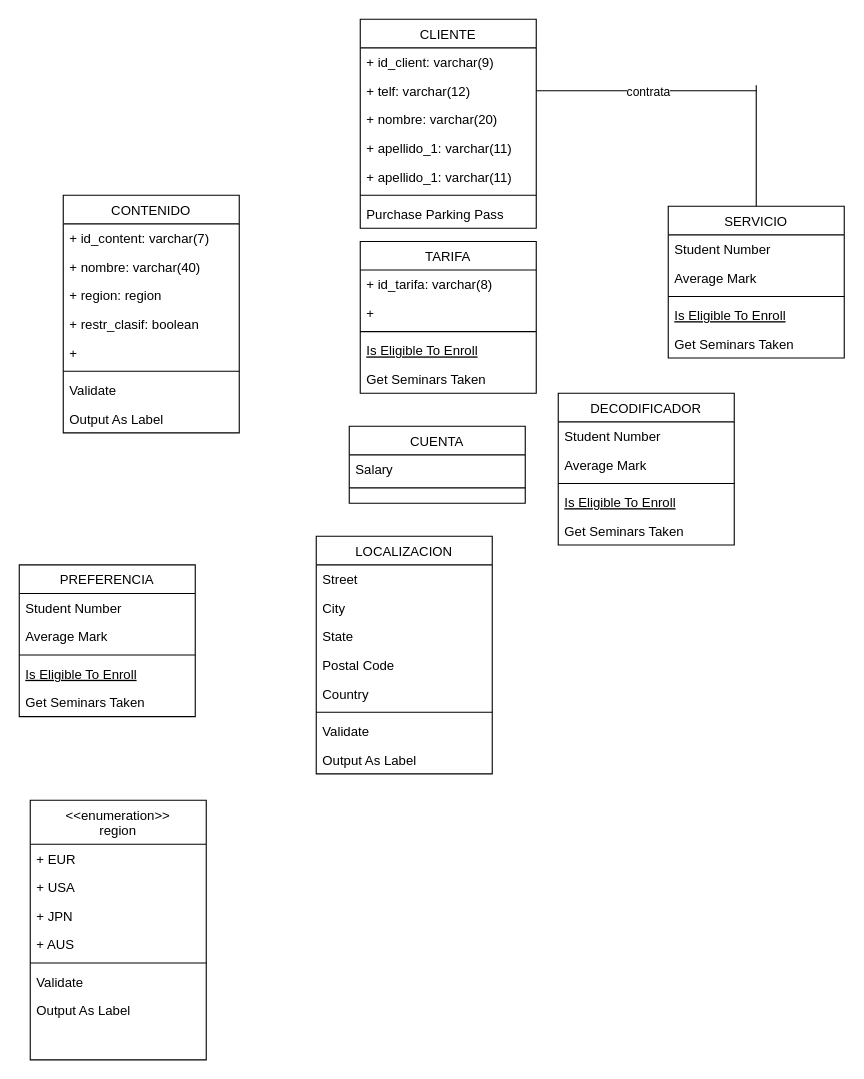
Earlier version of the draw.io diagram PROYECTO1.drawio (NyanCat6886/BasesDeDatosETSITGC). Source tidied: cells renumbered, new cells numbered last; positions are measured from the earlier drawing's top-left corner, leaving out a move shared by most shapes. Both pictures are drawn from the tidied source at 110%, with x=0, y=0 at pixel (19, 19).
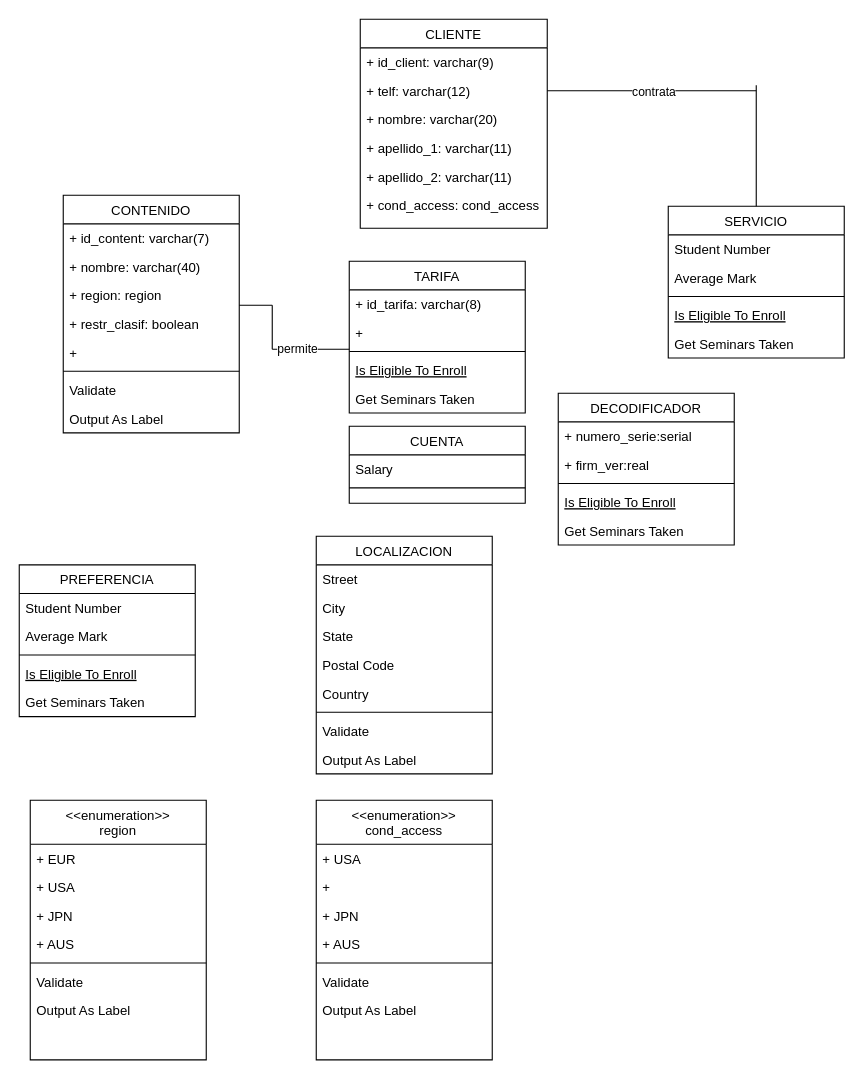
The same diagram, later.

Unchanged cells that the change refers to:
```xml
<mxCell id="28" value="DECODIFICADOR" style="swimlane;fontStyle=0;align=center;verticalAlign=top;horizontal=1;startSize=26;rounded=0;shadow=0;strokeWidth=1;" parent="1" vertex="1">
  <mxGeometry x="490" y="340" width="160" height="138" as="geometry" />
</mxCell>
```

What changed in the source:
```diff
@@
     <mxCell id="2" value="CLIENTE" style="swimlane;fontStyle=0;align=center;verticalAlign=top;horizontal=1;startSize=26;rounded=0;shadow=0;strokeWidth=1;" parent="1" vertex="1">
-      <mxGeometry x="310" width="160" height="190" as="geometry" />
+      <mxGeometry x="310" width="170" height="190" as="geometry" />
     </mxCell>
     <mxCell id="3" value="+ id_client: varchar(9)" style="text;align=left;verticalAlign=top;spacingLeft=4;spacingRight=4;overflow=hidden;" parent="2" vertex="1">
-      <mxGeometry y="26" width="160" height="26" as="geometry" />
+      <mxGeometry y="26" width="170" height="26" as="geometry" />
     </mxCell>
     <mxCell id="4" value="+ telf: varchar(12)" style="text;align=left;verticalAlign=top;spacingLeft=4;spacingRight=4;overflow=hidden;points=[[0,0.5],[1,0.5]];portConstraint=eastwest;rounded=0;shadow=0;html=0;" parent="2" vertex="1">
-      <mxGeometry y="52" width="160" height="26" as="geometry" />
+      <mxGeometry y="52" width="170" height="26" as="geometry" />
     </mxCell>
     <mxCell id="5" value="+ nombre: varchar(20)" style="text;align=left;verticalAlign=top;spacingLeft=4;spacingRight=4;overflow=hidden;rounded=0;shadow=0;html=0;" parent="2" vertex="1">
-      <mxGeometry y="78" width="160" height="26" as="geometry" />
+      <mxGeometry y="78" width="170" height="26" as="geometry" />
     </mxCell>
     <mxCell id="6" value="+ apellido_1: varchar(11)" style="text;align=left;verticalAlign=top;spacingLeft=4;spacingRight=4;overflow=hidden;rounded=0;shadow=0;html=0;" parent="2" vertex="1">
-      <mxGeometry y="104" width="160" height="26" as="geometry" />
+      <mxGeometry y="104" width="170" height="26" as="geometry" />
     </mxCell>
-    <mxCell id="7" value="+ apellido_1: varchar(11)" style="text;align=left;verticalAlign=top;spacingLeft=4;spacingRight=4;overflow=hidden;rounded=0;shadow=0;html=0;" parent="2" vertex="1">
-      <mxGeometry y="130" width="160" height="26" as="geometry" />
+    <mxCell id="7" value="+ apellido_2: varchar(11)" style="text;align=left;verticalAlign=top;spacingLeft=4;spacingRight=4;overflow=hidden;rounded=0;shadow=0;html=0;" parent="2" vertex="1">
+      <mxGeometry y="130" width="170" height="26" as="geometry" />
     </mxCell>
-    <mxCell id="8" style="line;html=1;strokeWidth=1;align=left;verticalAlign=middle;spacingTop=-1;spacingLeft=3;spacingRight=3;labelPosition=right;" parent="2" vertex="1">
-      <mxGeometry y="156" width="160" height="8" as="geometry" />
-    </mxCell>
-    <mxCell id="9" value="Purchase Parking Pass" style="text;align=left;verticalAlign=top;spacingLeft=4;spacingRight=4;overflow=hidden;" parent="2" vertex="1">
-      <mxGeometry y="164" width="160" height="26" as="geometry" />
-    </mxCell>
+    <mxCell id="66" value="+ cond_access: cond_access" style="text;align=left;verticalAlign=top;spacingLeft=4;spacingRight=4;overflow=hidden;rounded=0;shadow=0;html=0;" parent="2" vertex="1">
+      <mxGeometry y="156" width="170" height="26" as="geometry" />
+    </mxCell>
@@
-    <mxCell id="29" value="Student Number" style="text;align=left;verticalAlign=top;spacingLeft=4;spacingRight=4;overflow=hidden;" parent="28" vertex="1">
+    <mxCell id="29" value="+ numero_serie:serial" style="text;align=left;verticalAlign=top;spacingLeft=4;spacingRight=4;overflow=hidden;" parent="28" vertex="1">
       <mxGeometry y="26" width="160" height="26" as="geometry" />
     </mxCell>
-    <mxCell id="30" value="Average Mark" style="text;align=left;verticalAlign=top;spacingLeft=4;spacingRight=4;overflow=hidden;rounded=0;shadow=0;html=0;" parent="28" vertex="1">
+    <mxCell id="30" value="+ firm_ver:real" style="text;align=left;verticalAlign=top;spacingLeft=4;spacingRight=4;overflow=hidden;rounded=0;shadow=0;html=0;" parent="28" vertex="1">
       <mxGeometry y="52" width="160" height="26" as="geometry" />
     </mxCell>
@@
     <mxCell id="40" value="TARIFA" style="swimlane;fontStyle=0;align=center;verticalAlign=top;horizontal=1;startSize=26;rounded=0;shadow=0;strokeWidth=1;" parent="1" vertex="1">
-      <mxGeometry x="310" y="202" width="160" height="138" as="geometry" />
+      <mxGeometry x="300" y="220" width="160" height="138" as="geometry" />
     </mxCell>
@@
+    <mxCell id="67" value="&lt;&lt;enumeration&gt;&gt;&#10;cond_access" style="swimlane;fontStyle=0;align=center;verticalAlign=top;horizontal=1;startSize=40;rounded=0;shadow=0;strokeWidth=1;" parent="1" vertex="1">
+      <mxGeometry x="270" y="710" width="160" height="236" as="geometry" />
+    </mxCell>
+    <mxCell id="68" value="+ USA" style="text;align=left;verticalAlign=top;spacingLeft=4;spacingRight=4;overflow=hidden;rounded=0;shadow=0;html=0;" parent="67" vertex="1">
+      <mxGeometry y="40" width="160" height="26" as="geometry" />
+    </mxCell>
+    <mxCell id="69" value="+ " style="text;align=left;verticalAlign=top;spacingLeft=4;spacingRight=4;overflow=hidden;rounded=0;shadow=0;html=0;" parent="67" vertex="1">
+      <mxGeometry y="66" width="160" height="26" as="geometry" />
+    </mxCell>
+    <mxCell id="70" value="+ JPN" style="text;align=left;verticalAlign=top;spacingLeft=4;spacingRight=4;overflow=hidden;rounded=0;shadow=0;html=0;" parent="67" vertex="1">
+      <mxGeometry y="92" width="160" height="26" as="geometry" />
+    </mxCell>
+    <mxCell id="71" value="+ AUS" style="text;align=left;verticalAlign=top;spacingLeft=4;spacingRight=4;overflow=hidden;rounded=0;shadow=0;html=0;" parent="67" vertex="1">
+      <mxGeometry y="118" width="160" height="26" as="geometry" />
+    </mxCell>
+    <mxCell id="72" style="line;html=1;strokeWidth=1;align=left;verticalAlign=middle;spacingTop=-1;spacingLeft=3;spacingRight=3;labelPosition=right;" parent="67" vertex="1">
+      <mxGeometry y="144" width="160" height="8" as="geometry" />
+    </mxCell>
+    <mxCell id="73" value="Validate" style="text;align=left;verticalAlign=top;spacingLeft=4;spacingRight=4;overflow=hidden;" parent="67" vertex="1">
+      <mxGeometry y="152" width="160" height="26" as="geometry" />
+    </mxCell>
+    <mxCell id="74" value="Output As Label" style="text;align=left;verticalAlign=top;spacingLeft=4;spacingRight=4;overflow=hidden;" parent="67" vertex="1">
+      <mxGeometry y="178" width="160" height="26" as="geometry" />
+    </mxCell>
+    <mxCell id="75" style="endArrow=none;html=1;rounded=0;" parent="1" edge="1">
+      <mxGeometry relative="1" as="geometry">
+        <mxPoint x="230" y="300" as="sourcePoint" />
+        <mxPoint x="300" y="300" as="targetPoint" />
+      </mxGeometry>
+    </mxCell>
+    <mxCell id="76" value="permite" style="edgeLabel;html=1;align=center;verticalAlign=middle;" parent="75" vertex="1">
+      <mxGeometry x="-0.38" y="1" relative="1" as="geometry" />
+    </mxCell>
+    <mxCell id="77" style="endArrow=none;html=1;rounded=0;" parent="1" edge="1">
+      <mxGeometry relative="1" as="geometry">
+        <mxPoint x="230" y="300" as="sourcePoint" />
+        <mxPoint x="230" y="260" as="targetPoint" />
+      </mxGeometry>
+    </mxCell>
+    <mxCell id="78" style="endArrow=none;html=1;rounded=0;" parent="1" edge="1">
+      <mxGeometry relative="1" as="geometry">
+        <mxPoint x="200" y="260" as="sourcePoint" />
+        <mxPoint x="230" y="260" as="targetPoint" />
+      </mxGeometry>
+    </mxCell>
```
